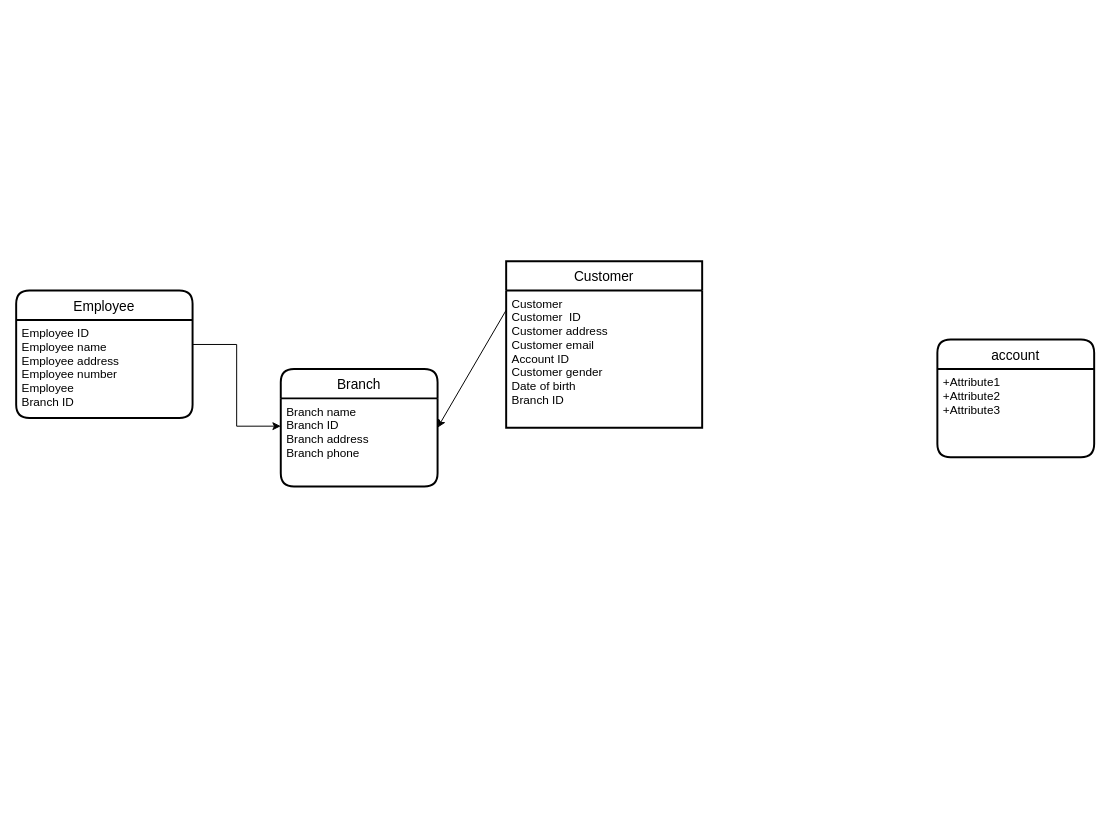
khalid586/DBMS-project keeps this draw.io diagram as Untitled Diagram.drawio. Above is the earlier version. Source tidied: cells renumbered, new cells numbered last; positions are measured from the earlier drawing's top-left corner, leaving out a move shared by most shapes. Both pictures are drawn from the tidied source at 98%, with x=0, y=0 at pixel (16, 261).
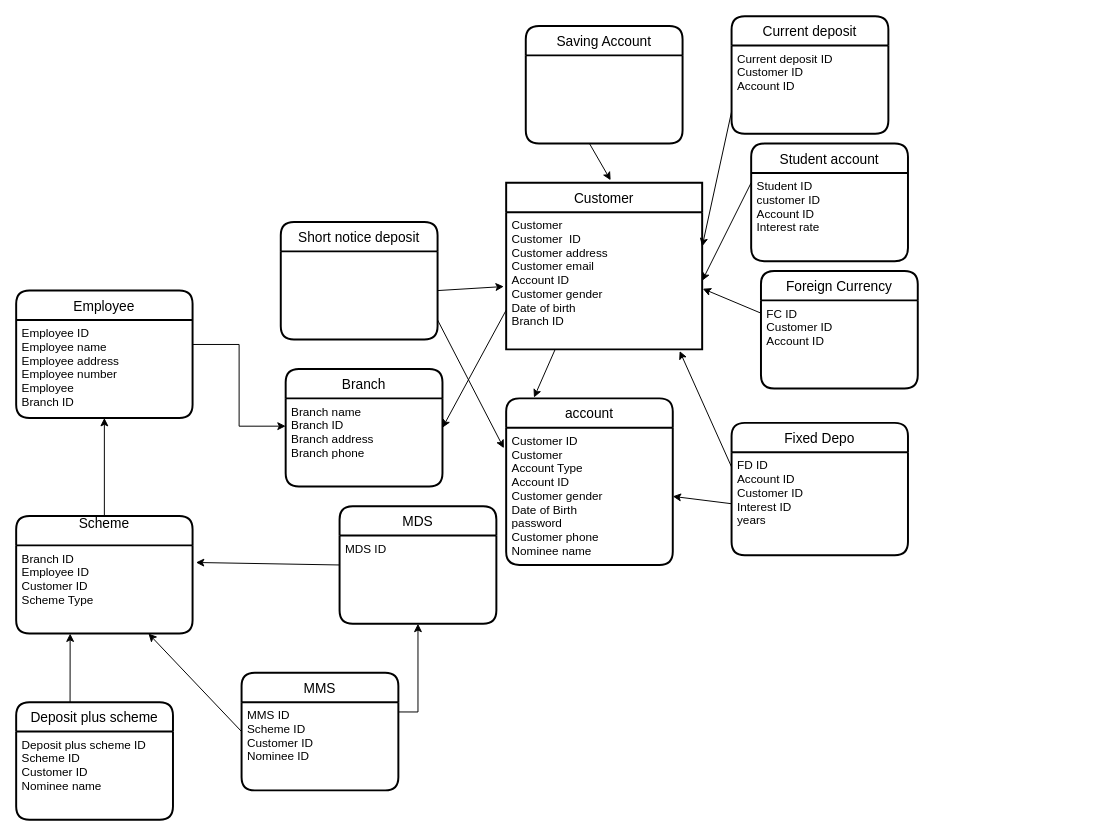
The same diagram, later.

Unchanged cells that the change refers to:
```xml
<mxCell id="3" value="Employee ID&#10;Employee name&#10;Employee address&#10;Employee number&#10;Employee  &#10;Branch ID " style="align=left;strokeColor=none;fillColor=none;spacingLeft=4;fontSize=12;verticalAlign=top;fontStyle=0;" parent="2" vertex="1">
  <mxGeometry y="30" width="180" height="100" as="geometry" />
</mxCell>
<mxCell id="7" value="Customer&#10;Customer  ID&#10;Customer address&#10;Customer email&#10;Account ID&#10;Customer gender&#10;Date of birth&#10;Branch ID&#10;" style="align=left;strokeColor=none;fillColor=none;spacingLeft=4;fontSize=12;verticalAlign=top;fontStyle=0;" parent="6" vertex="1">
  <mxGeometry y="30" width="200" height="140" as="geometry" />
</mxCell>
```

Change to the diagram source:
```diff
@@
     <mxCell id="4" value="Branch" style="swimlane;horizontal=1;startSize=30;rounded=1;fontSize=14;fontStyle=0;strokeWidth=2;shadow=0;dashed=0;align=center;" parent="1" vertex="1">
-      <mxGeometry x="270" y="110" width="160" height="120" as="geometry" />
+      <mxGeometry x="275" y="110" width="160" height="120" as="geometry" />
     </mxCell>
@@
     <mxCell id="6" value="Customer" style="swimlane;horizontal=1;startSize=30;rounded=1;fontSize=14;fontStyle=0;strokeWidth=2;shadow=0;dashed=0;align=center;arcSize=0;" parent="1" vertex="1">
-      <mxGeometry x="500" width="200" height="170" as="geometry" />
+      <mxGeometry x="500" y="-80" width="200" height="170" as="geometry" />
     </mxCell>
@@
     <mxCell id="10" value="account" style="swimlane;horizontal=1;startSize=30;rounded=1;fontSize=14;fontStyle=0;strokeWidth=2;shadow=0;dashed=0;align=center;" parent="1" vertex="1">
-      <mxGeometry x="940" y="80" width="160" height="120" as="geometry" />
+      <mxGeometry x="500" y="140" width="170" height="170" as="geometry" />
     </mxCell>
-    <mxCell id="11" value="+Attribute1&#10;+Attribute2&#10;+Attribute3" style="align=left;strokeColor=none;fillColor=none;spacingLeft=4;fontSize=12;verticalAlign=top;" parent="10" vertex="1">
-      <mxGeometry y="30" width="160" height="90" as="geometry" />
+    <mxCell id="11" value="Customer ID&#10;Customer &#10;Account Type&#10;Account ID&#10;Customer gender&#10;Date of Birth&#10;password&#10;Customer phone&#10;Nominee name" style="align=left;strokeColor=none;fillColor=none;spacingLeft=4;fontSize=12;verticalAlign=top;" parent="10" vertex="1">
+      <mxGeometry y="30" width="170" height="140" as="geometry" />
     </mxCell>
+    <mxCell id="12" value="Scheme&#10;" style="swimlane;horizontal=1;startSize=30;rounded=1;fontSize=14;fontStyle=0;strokeWidth=2;shadow=0;dashed=0;align=center;" parent="1" vertex="1">
+      <mxGeometry y="260" width="180" height="120" as="geometry" />
+    </mxCell>
+    <mxCell id="13" value="Branch ID&#10;Employee ID &#10;Customer ID&#10;Scheme Type" style="align=left;strokeColor=none;fillColor=none;spacingLeft=4;fontSize=12;verticalAlign=top;" parent="12" vertex="1">
+      <mxGeometry y="30" width="180" height="90" as="geometry" />
+    </mxCell>
+    <mxCell id="14" style="endArrow=classic;html=1;rounded=0;entryX=0.5;entryY=1;entryDx=0;entryDy=0;" parent="1" edge="1" target="3">
+      <mxGeometry relative="1" as="geometry">
+        <mxPoint x="90" y="260" as="sourcePoint" />
+      </mxGeometry>
+    </mxCell>
+    <mxCell id="15" value="Deposit plus scheme" style="swimlane;horizontal=1;startSize=30;rounded=1;fontSize=14;fontStyle=0;strokeWidth=2;shadow=0;dashed=0;align=center;" parent="1" vertex="1">
+      <mxGeometry y="450" width="160" height="120" as="geometry" />
+    </mxCell>
+    <mxCell id="16" value="Deposit plus scheme ID&#10;Scheme ID&#10;Customer ID&#10;Nominee name&#10;" style="align=left;strokeColor=none;fillColor=none;spacingLeft=4;fontSize=12;verticalAlign=top;" parent="15" vertex="1">
+      <mxGeometry y="30" width="160" height="90" as="geometry" />
+    </mxCell>
+    <mxCell id="17" style="endArrow=classic;html=1;rounded=0;entryX=0.306;entryY=1;entryDx=0;entryDy=0;entryPerimeter=0;" parent="1" edge="1" target="13">
+      <mxGeometry relative="1" as="geometry">
+        <mxPoint x="55" y="450" as="sourcePoint" />
+      </mxGeometry>
+    </mxCell>
+    <mxCell id="18" value="MMS" style="swimlane;horizontal=1;startSize=30;rounded=1;fontSize=14;fontStyle=0;strokeWidth=2;shadow=0;dashed=0;align=center;" parent="1" vertex="1">
+      <mxGeometry x="230" y="420" width="160" height="120" as="geometry" />
+    </mxCell>
+    <mxCell id="19" style="endArrow=classic;html=1;rounded=0;entryX=0.75;entryY=1;entryDx=0;entryDy=0;" parent="18" edge="1" target="13">
+      <mxGeometry relative="1" as="geometry">
+        <mxPoint y="60" as="sourcePoint" />
+      </mxGeometry>
+    </mxCell>
+    <mxCell id="20" value="MMS ID&#10;Scheme ID&#10;Customer ID&#10;Nominee ID" style="align=left;strokeColor=none;fillColor=none;spacingLeft=4;fontSize=12;verticalAlign=top;" parent="18" vertex="1">
+      <mxGeometry y="30" width="160" height="90" as="geometry" />
+    </mxCell>
+    <mxCell id="21" value="MDS" style="swimlane;horizontal=1;startSize=30;rounded=1;fontSize=14;fontStyle=0;strokeWidth=2;shadow=0;dashed=0;align=center;" parent="1" vertex="1">
+      <mxGeometry x="330" y="250" width="160" height="120" as="geometry" />
+    </mxCell>
+    <mxCell id="22" value="MDS ID" style="align=left;strokeColor=none;fillColor=none;spacingLeft=4;fontSize=12;verticalAlign=top;" parent="21" vertex="1">
+      <mxGeometry y="30" width="160" height="90" as="geometry" />
+    </mxCell>
+    <mxCell id="23" style="edgeStyle=orthogonalEdgeStyle;rounded=0;jettySize=auto;html=1;exitX=1;exitY=0.111;exitDx=0;exitDy=0;exitPerimeter=0;" parent="1" edge="1" source="20" target="22">
+      <mxGeometry relative="1" as="geometry" />
+    </mxCell>
+    <mxCell id="24" style="endArrow=classic;html=1;rounded=0;entryX=1.019;entryY=0.194;entryDx=0;entryDy=0;entryPerimeter=0;" parent="1" edge="1" target="13">
+      <mxGeometry relative="1" as="geometry">
+        <mxPoint x="330" y="310" as="sourcePoint" />
+      </mxGeometry>
+    </mxCell>
+    <mxCell id="25" style="endArrow=classic;html=1;rounded=0;entryX=0.167;entryY=-0.005;entryDx=0;entryDy=0;entryPerimeter=0;exitX=0.25;exitY=1;exitDx=0;exitDy=0;" parent="1" edge="1" source="7" target="10">
+      <mxGeometry relative="1" as="geometry" />
+    </mxCell>
+    <mxCell id="26" value="Foreign Currency" style="swimlane;horizontal=1;startSize=30;rounded=1;fontSize=14;fontStyle=0;strokeWidth=2;shadow=0;dashed=0;align=center;" parent="1" vertex="1">
+      <mxGeometry x="760" y="10" width="160" height="120" as="geometry" />
+    </mxCell>
+    <mxCell id="27" value="FC ID&#10;Customer ID&#10;Account ID" style="align=left;strokeColor=none;fillColor=none;spacingLeft=4;fontSize=12;verticalAlign=top;" parent="26" vertex="1">
+      <mxGeometry y="30" width="160" height="90" as="geometry" />
+    </mxCell>
+    <mxCell id="28" style="endArrow=classic;html=1;rounded=0;exitX=0;exitY=0.111;exitDx=0;exitDy=0;exitPerimeter=0;entryX=1;entryY=0.5;entryDx=0;entryDy=0;" parent="1" edge="1" source="33" target="7">
+      <mxGeometry relative="1" as="geometry" />
+    </mxCell>
+    <mxCell id="29" style="endArrow=classic;html=1;rounded=0;entryX=1;entryY=0.25;entryDx=0;entryDy=0;exitX=0;exitY=0.75;exitDx=0;exitDy=0;" parent="1" edge="1" source="35" target="7">
+      <mxGeometry relative="1" as="geometry" />
+    </mxCell>
+    <mxCell id="30" value="Saving Account" style="swimlane;horizontal=1;startSize=30;rounded=1;fontSize=14;fontStyle=0;strokeWidth=2;shadow=0;dashed=0;align=center;" parent="1" vertex="1">
+      <mxGeometry x="520" y="-240" width="160" height="120" as="geometry" />
+    </mxCell>
+    <mxCell id="31" style="endArrow=classic;html=1;rounded=0;entryX=0.533;entryY=-0.015;entryDx=0;entryDy=0;entryPerimeter=0;" parent="30" edge="1" target="6">
+      <mxGeometry relative="1" as="geometry">
+        <mxPoint x="65" y="120" as="sourcePoint" />
+      </mxGeometry>
+    </mxCell>
+    <mxCell id="32" value="Student account" style="swimlane;horizontal=1;startSize=30;rounded=1;fontSize=14;fontStyle=0;strokeWidth=2;shadow=0;dashed=0;align=center;" parent="1" vertex="1">
+      <mxGeometry x="750" y="-120" width="160" height="120" as="geometry" />
+    </mxCell>
+    <mxCell id="33" value="Student ID&#10;customer ID&#10;Account ID&#10;Interest rate" style="align=left;strokeColor=none;fillColor=none;spacingLeft=4;fontSize=12;verticalAlign=top;" parent="32" vertex="1">
+      <mxGeometry y="30" width="160" height="90" as="geometry" />
+    </mxCell>
+    <mxCell id="34" value="Current deposit" style="swimlane;horizontal=1;startSize=30;rounded=1;fontSize=14;fontStyle=0;strokeWidth=2;shadow=0;dashed=0;align=center;" parent="1" vertex="1">
+      <mxGeometry x="730" y="-250" width="160" height="120" as="geometry" />
+    </mxCell>
+    <mxCell id="35" value="Current deposit ID&#10;Customer ID&#10;Account ID" style="align=left;strokeColor=none;fillColor=none;spacingLeft=4;fontSize=12;verticalAlign=top;" parent="34" vertex="1">
+      <mxGeometry y="30" width="160" height="90" as="geometry" />
+    </mxCell>
+    <mxCell id="36" value="Short notice deposit" style="swimlane;horizontal=1;startSize=30;rounded=1;fontSize=14;fontStyle=0;strokeWidth=2;shadow=0;dashed=0;align=center;" parent="1" vertex="1">
+      <mxGeometry x="270" y="-40" width="160" height="120" as="geometry" />
+    </mxCell>
+    <mxCell id="37" style="endArrow=classic;html=1;rounded=0;entryX=-0.014;entryY=0.149;entryDx=0;entryDy=0;entryPerimeter=0;" parent="1" edge="1" target="11">
+      <mxGeometry relative="1" as="geometry">
+        <mxPoint x="430" y="60" as="sourcePoint" />
+      </mxGeometry>
+    </mxCell>
+    <mxCell id="38" style="endArrow=classic;html=1;rounded=0;entryX=-0.012;entryY=0.542;entryDx=0;entryDy=0;entryPerimeter=0;" parent="1" edge="1" target="7">
+      <mxGeometry relative="1" as="geometry">
+        <mxPoint x="430" y="30" as="sourcePoint" />
+      </mxGeometry>
+    </mxCell>
+    <mxCell id="39" style="endArrow=classic;html=1;rounded=0;exitX=-0.004;exitY=0.142;exitDx=0;exitDy=0;exitPerimeter=0;entryX=1.003;entryY=0.558;entryDx=0;entryDy=0;entryPerimeter=0;" parent="1" edge="1" source="27" target="7">
+      <mxGeometry relative="1" as="geometry" />
+    </mxCell>
+    <mxCell id="40" value="Fixed Depo" style="swimlane;horizontal=1;startSize=30;rounded=1;fontSize=14;fontStyle=0;strokeWidth=2;shadow=0;dashed=0;align=center;" parent="1" vertex="1">
+      <mxGeometry x="730" y="165" width="180" height="135" as="geometry" />
+    </mxCell>
+    <mxCell id="41" value="FD ID&#10;Account ID&#10;Customer ID&#10;Interest ID&#10;years" style="align=left;strokeColor=none;fillColor=none;spacingLeft=4;fontSize=12;verticalAlign=top;" parent="40" vertex="1">
+      <mxGeometry y="30" width="180" height="105" as="geometry" />
+    </mxCell>
+    <mxCell id="42" style="endArrow=classic;html=1;rounded=0;exitX=0;exitY=0.5;exitDx=0;exitDy=0;entryX=1;entryY=0.5;entryDx=0;entryDy=0;" parent="1" edge="1" source="41" target="11">
+      <mxGeometry relative="1" as="geometry" />
+    </mxCell>
+    <mxCell id="43" style="endArrow=classic;html=1;rounded=0;entryX=0.885;entryY=1.012;entryDx=0;entryDy=0;entryPerimeter=0;exitX=0;exitY=0.143;exitDx=0;exitDy=0;exitPerimeter=0;" parent="1" edge="1" source="41" target="7">
+      <mxGeometry relative="1" as="geometry" />
+    </mxCell>
```
